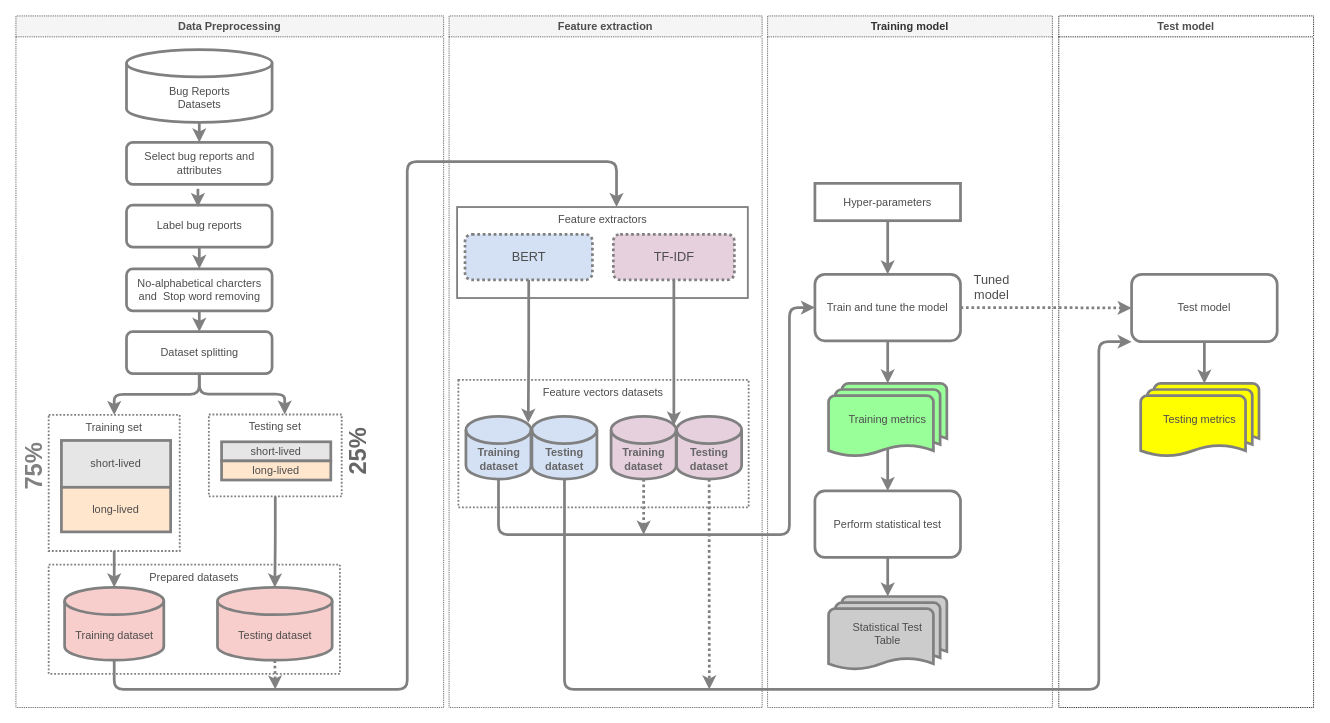
gomesluiz/long-lived-bug-bert-based-prediction keeps this draw.io diagram as figures/machine-learning-pipeline.drawio. Above is the earlier version. Source tidied: cells renumbered, new cells numbered last; positions are measured from the earlier drawing's top-left corner, leaving out a move shared by most shapes. Both pictures are drawn from the tidied source at 91%, with x=0, y=0 at pixel (15, 15).
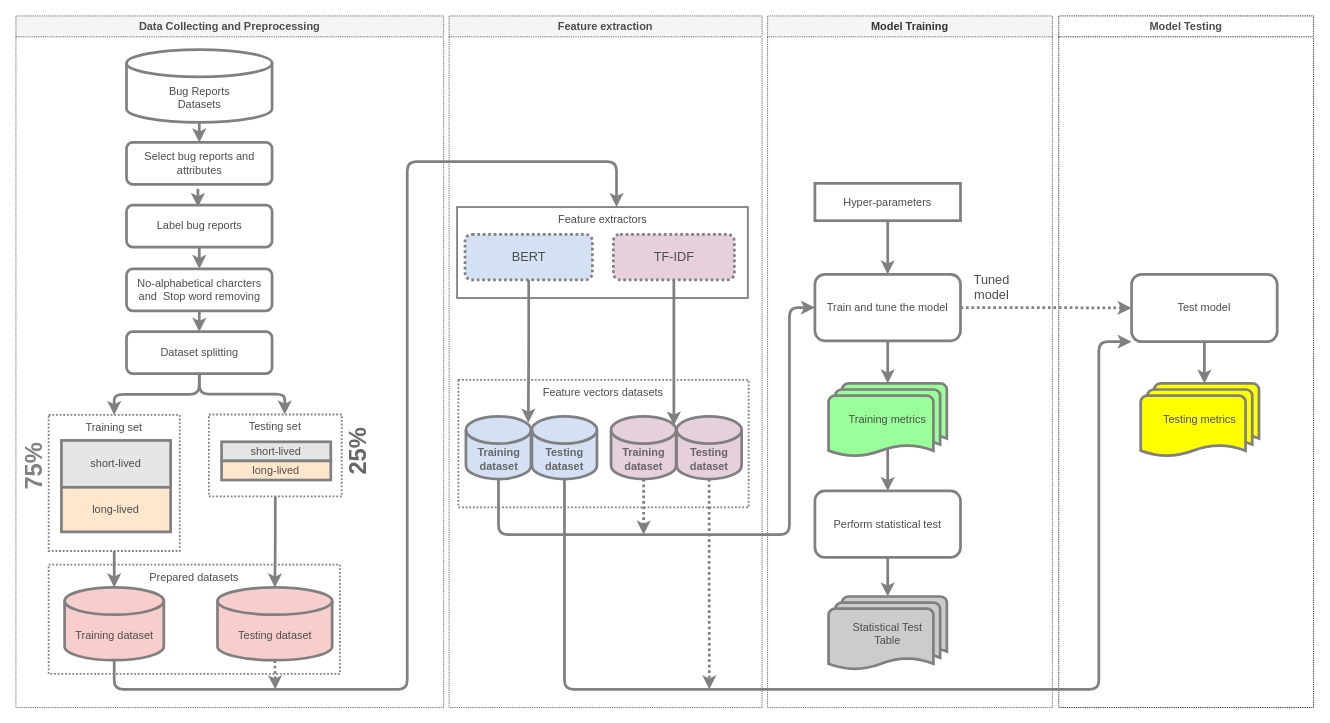
The same page after the edit.

The edit, as a diff of the source:
```diff
@@
-    <mxCell id="4" value="Data Preprocessing" style="swimlane;strokeWidth=1;dashed=1;dashPattern=1 1;fillColor=#f5f5f5;fontColor=#4D4D4D;strokeColor=#4D4D4D;" parent="1" vertex="1">
+    <mxCell id="4" value="Data Collecting and Preprocessing" style="swimlane;strokeWidth=1;dashed=1;dashPattern=1 1;fillColor=#f5f5f5;fontColor=#4D4D4D;strokeColor=#4D4D4D;startSize=23;" parent="1" vertex="1">
       <mxGeometry width="470" height="760" as="geometry" />
     </mxCell>
@@
-    <mxCell id="37" value="Training model" style="swimlane;strokeWidth=1;dashed=1;dashPattern=1 1;swimlaneLine=1;fillColor=#f5f5f5;fontColor=#333333;strokeColor=#4D4D4D;" parent="1" vertex="1">
+    <mxCell id="37" value="Model Training" style="swimlane;strokeWidth=1;dashed=1;dashPattern=1 1;swimlaneLine=1;fillColor=#f5f5f5;fontColor=#333333;strokeColor=#4D4D4D;startSize=23;" parent="1" vertex="1">
       <mxGeometry x="826" width="313" height="760" as="geometry" />
     </mxCell>
@@
-    <mxCell id="48" value="Test model" style="swimlane;strokeWidth=1;dashed=1;dashPattern=1 1;swimlaneLine=1;fontColor=#4D4D4D;labelBackgroundColor=none;startSize=23;" parent="1" vertex="1">
+    <mxCell id="48" value="Model Testing" style="swimlane;strokeWidth=1;dashed=1;dashPattern=1 1;swimlaneLine=1;fontColor=#4D4D4D;labelBackgroundColor=none;startSize=23;" parent="1" vertex="1">
       <mxGeometry x="1146" width="280" height="760" as="geometry" />
     </mxCell>
```
